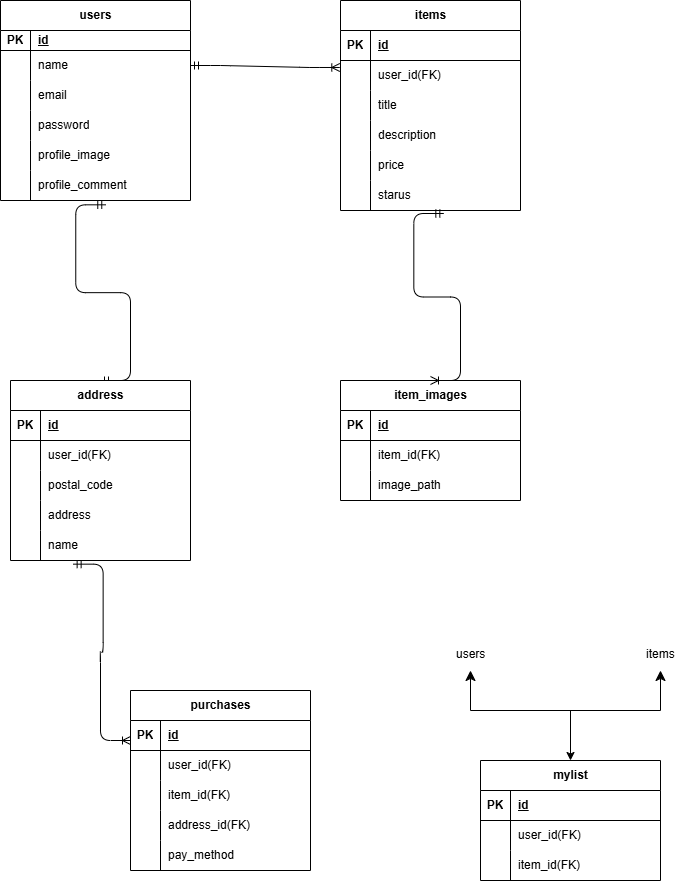
The draw.io diagram src/flea-market.drawio.png in yo003002/flea-market, before a commit. Source tidied: cells renumbered, new cells last; positions are measured from the earlier drawing's top-left corner, leaving out a move shared by most shapes.
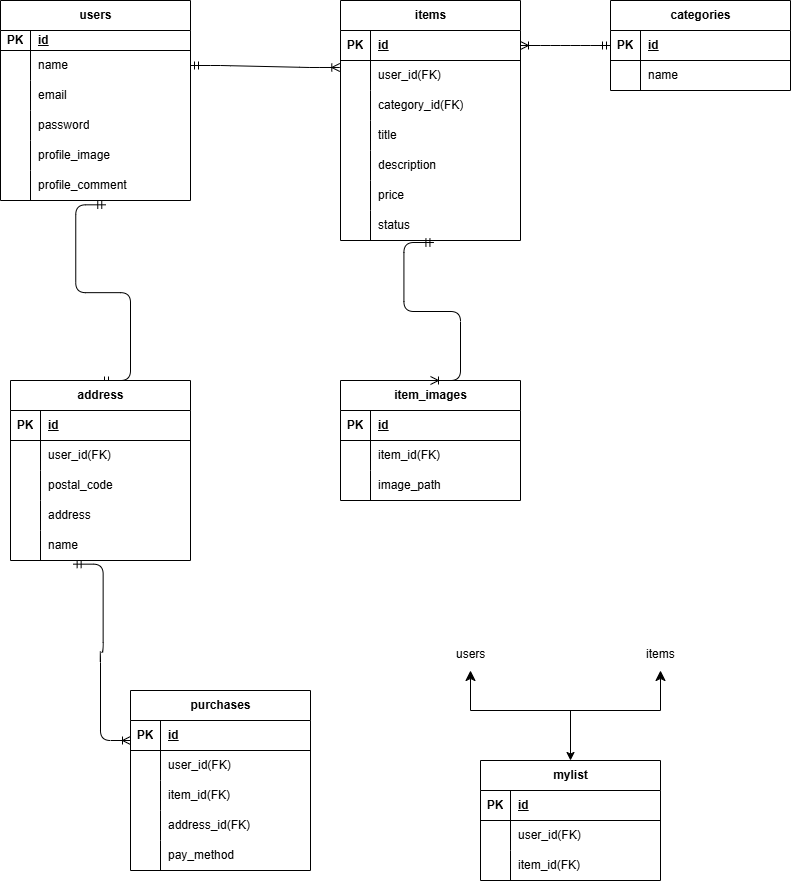
After the commit.

Change to the diagram source:
```diff
@@ -111,7 +111,7 @@
       <mxGeometry x="30" width="150" height="30" as="geometry" />
     </mxCell>
     <mxCell id="38" value="items" style="shape=table;startSize=30;rowLines=0;fontStyle=1;align=center;html=1;" parent="1" vertex="1">
-      <mxGeometry x="340" width="180" height="210" as="geometry" />
+      <mxGeometry x="340" width="180" height="240" as="geometry" />
     </mxCell>
     <mxCell id="39" style="shape=tableRow;horizontal=0;startSize=0;swimlaneHead=0;swimlaneBody=0;fillColor=none;points=[[0,0.5],[1,0.5]];portConstraint=eastwest;top=0;left=0;right=0;bottom=1;" parent="38" vertex="1">
       <mxGeometry y="30" width="180" height="30" as="geometry" />
@@ -137,7 +137,7 @@
     <mxCell id="46" style="shape=partialRectangle;fillColor=none;top=0;left=0;bottom=0;right=0;overflow=hidden;whiteSpace=wrap;html=1;" parent="45" vertex="1">
       <mxGeometry width="30" height="30" as="geometry" />
     </mxCell>
-    <mxCell id="47" value="title" style="shape=partialRectangle;fillColor=none;top=0;left=0;bottom=0;right=0;align=left;spacingLeft=6;overflow=hidden;whiteSpace=wrap;html=1;" parent="45" vertex="1">
+    <mxCell id="47" value="category_id(FK)" style="shape=partialRectangle;fillColor=none;top=0;left=0;bottom=0;right=0;align=left;spacingLeft=6;overflow=hidden;whiteSpace=wrap;html=1;" parent="45" vertex="1">
       <mxGeometry x="30" width="150" height="30" as="geometry" />
     </mxCell>
     <mxCell id="48" style="shape=tableRow;horizontal=0;startSize=0;swimlaneHead=0;swimlaneBody=0;fillColor=none;top=0;left=0;right=0;bottom=0;" parent="38" vertex="1">
@@ -146,7 +146,7 @@
     <mxCell id="49" style="shape=partialRectangle;fillColor=none;top=0;left=0;bottom=0;right=0;overflow=hidden;whiteSpace=wrap;html=1;" parent="48" vertex="1">
       <mxGeometry width="30" height="30" as="geometry" />
     </mxCell>
-    <mxCell id="50" value="description" style="shape=partialRectangle;fillColor=none;top=0;left=0;bottom=0;right=0;align=left;spacingLeft=6;overflow=hidden;whiteSpace=wrap;html=1;" parent="48" vertex="1">
+    <mxCell id="50" value="title" style="shape=partialRectangle;fillColor=none;top=0;left=0;bottom=0;right=0;align=left;spacingLeft=6;overflow=hidden;whiteSpace=wrap;html=1;" parent="48" vertex="1">
       <mxGeometry x="30" width="150" height="30" as="geometry" />
     </mxCell>
     <mxCell id="51" style="shape=tableRow;horizontal=0;startSize=0;swimlaneHead=0;swimlaneBody=0;fillColor=none;top=0;left=0;right=0;bottom=0;" parent="38" vertex="1">
@@ -155,7 +155,7 @@
     <mxCell id="52" style="shape=partialRectangle;fillColor=none;top=0;left=0;bottom=0;right=0;overflow=hidden;whiteSpace=wrap;html=1;" parent="51" vertex="1">
       <mxGeometry width="30" height="30" as="geometry" />
     </mxCell>
-    <mxCell id="53" value="price" style="shape=partialRectangle;fillColor=none;top=0;left=0;bottom=0;right=0;align=left;spacingLeft=6;overflow=hidden;whiteSpace=wrap;html=1;" parent="51" vertex="1">
+    <mxCell id="53" value="description" style="shape=partialRectangle;fillColor=none;top=0;left=0;bottom=0;right=0;align=left;spacingLeft=6;overflow=hidden;whiteSpace=wrap;html=1;" parent="51" vertex="1">
       <mxGeometry x="30" width="150" height="30" as="geometry" />
     </mxCell>
     <mxCell id="54" style="shape=tableRow;horizontal=0;startSize=0;swimlaneHead=0;swimlaneBody=0;fillColor=none;points=[[0,0.5],[1,0.5]];portConstraint=eastwest;top=0;left=0;right=0;bottom=0;" parent="38" vertex="1">
@@ -164,9 +164,18 @@
     <mxCell id="55" style="shape=partialRectangle;fillColor=none;top=0;left=0;bottom=0;right=0;overflow=hidden;whiteSpace=wrap;html=1;" parent="54" vertex="1">
       <mxGeometry width="30" height="30" as="geometry" />
     </mxCell>
-    <mxCell id="56" value="starus" style="shape=partialRectangle;fillColor=none;top=0;left=0;bottom=0;right=0;align=left;spacingLeft=6;overflow=hidden;whiteSpace=wrap;html=1;" parent="54" vertex="1">
+    <mxCell id="56" value="price" style="shape=partialRectangle;fillColor=none;top=0;left=0;bottom=0;right=0;align=left;spacingLeft=6;overflow=hidden;whiteSpace=wrap;html=1;" parent="54" vertex="1">
       <mxGeometry x="30" width="150" height="30" as="geometry" />
     </mxCell>
+    <mxCell id="101" style="shape=tableRow;horizontal=0;startSize=0;swimlaneHead=0;swimlaneBody=0;fillColor=none;points=[[0,0.5],[1,0.5]];portConstraint=eastwest;top=0;left=0;right=0;bottom=0;" parent="38" vertex="1">
+      <mxGeometry y="210" width="180" height="30" as="geometry" />
+    </mxCell>
+    <mxCell id="102" style="shape=partialRectangle;fillColor=none;top=0;left=0;bottom=0;right=0;overflow=hidden;whiteSpace=wrap;html=1;" parent="101" vertex="1">
+      <mxGeometry width="30" height="30" as="geometry" />
+    </mxCell>
+    <mxCell id="103" value="status" style="shape=partialRectangle;fillColor=none;top=0;left=0;bottom=0;right=0;align=left;spacingLeft=6;overflow=hidden;whiteSpace=wrap;html=1;" parent="101" vertex="1">
+      <mxGeometry x="30" width="150" height="30" as="geometry" />
+    </mxCell>
     <mxCell id="57" style="edgeStyle=entityRelationEdgeStyle;fontSize=12;html=1;endArrow=ERoneToMany;startArrow=ERmandOne;exitX=1;exitY=0.5;exitDx=0;exitDy=0;entryX=-0.004;entryY=0.233;entryDx=0;entryDy=0;entryPerimeter=0;" parent="1" edge="1" source="6" target="42">
       <mxGeometry relative="1" as="geometry" />
     </mxCell>
@@ -200,7 +209,7 @@
     <mxCell id="67" value="image_path" style="shape=partialRectangle;fillColor=none;top=0;left=0;bottom=0;right=0;align=left;spacingLeft=6;overflow=hidden;whiteSpace=wrap;html=1;" parent="65" vertex="1">
       <mxGeometry x="30" width="150" height="30" as="geometry" />
     </mxCell>
-    <mxCell id="68" style="edgeStyle=entityRelationEdgeStyle;fontSize=12;html=1;endArrow=ERoneToMany;startArrow=ERmandOne;exitX=0.574;exitY=1.1;exitDx=0;exitDy=0;exitPerimeter=0;entryX=0.5;entryY=0;entryDx=0;entryDy=0;" parent="1" edge="1" source="54" target="58">
+    <mxCell id="68" style="edgeStyle=entityRelationEdgeStyle;fontSize=12;html=1;endArrow=ERoneToMany;startArrow=ERmandOne;entryX=0.5;entryY=0;entryDx=0;entryDy=0;exitX=0.519;exitY=1.067;exitDx=0;exitDy=0;exitPerimeter=0;" parent="1" edge="1" source="101" target="58">
       <mxGeometry relative="1" as="geometry">
         <Array as="points">
           <mxPoint x="310" y="400" />
@@ -316,5 +325,29 @@
     <mxCell id="100" value="item_id(FK)" style="shape=partialRectangle;fillColor=none;top=0;left=0;bottom=0;right=0;align=left;spacingLeft=6;overflow=hidden;whiteSpace=wrap;html=1;" parent="98" vertex="1">
       <mxGeometry x="30" width="150" height="30" as="geometry" />
     </mxCell>
+    <mxCell id="104" value="categories" style="shape=table;startSize=30;rowLines=0;fontStyle=1;align=center;html=1;" parent="1" vertex="1">
+      <mxGeometry x="610" width="180" height="90" as="geometry" />
+    </mxCell>
+    <mxCell id="105" style="shape=tableRow;horizontal=0;startSize=0;swimlaneHead=0;swimlaneBody=0;fillColor=none;points=[[0,0.5],[1,0.5]];portConstraint=eastwest;top=0;left=0;right=0;bottom=1;" parent="104" vertex="1">
+      <mxGeometry y="30" width="180" height="30" as="geometry" />
+    </mxCell>
+    <mxCell id="106" value="PK" style="shape=partialRectangle;fillColor=none;top=0;left=0;bottom=0;right=0;fontStyle=1;overflow=hidden;whiteSpace=wrap;html=1;" parent="105" vertex="1">
+      <mxGeometry width="30" height="30" as="geometry" />
+    </mxCell>
+    <mxCell id="107" value="id" style="shape=partialRectangle;fillColor=none;top=0;left=0;bottom=0;right=0;align=left;spacingLeft=6;fontStyle=5;overflow=hidden;whiteSpace=wrap;html=1;" parent="105" vertex="1">
+      <mxGeometry x="30" width="150" height="30" as="geometry" />
+    </mxCell>
+    <mxCell id="108" style="shape=tableRow;horizontal=0;startSize=0;swimlaneHead=0;swimlaneBody=0;fillColor=none;top=0;left=0;right=0;bottom=0;" parent="104" vertex="1">
+      <mxGeometry y="60" width="180" height="30" as="geometry" />
+    </mxCell>
+    <mxCell id="109" style="shape=partialRectangle;fillColor=none;top=0;left=0;bottom=0;right=0;overflow=hidden;whiteSpace=wrap;html=1;" parent="108" vertex="1">
+      <mxGeometry width="30" height="30" as="geometry" />
+    </mxCell>
+    <mxCell id="110" value="name" style="shape=partialRectangle;fillColor=none;top=0;left=0;bottom=0;right=0;align=left;spacingLeft=6;overflow=hidden;whiteSpace=wrap;html=1;" parent="108" vertex="1">
+      <mxGeometry x="30" width="150" height="30" as="geometry" />
+    </mxCell>
+    <mxCell id="111" style="edgeStyle=entityRelationEdgeStyle;fontSize=12;html=1;endArrow=ERoneToMany;startArrow=ERmandOne;exitX=0;exitY=0.5;exitDx=0;exitDy=0;entryX=1;entryY=0.5;entryDx=0;entryDy=0;" parent="1" edge="1" source="105" target="39">
+      <mxGeometry relative="1" as="geometry" />
+    </mxCell>
   </root>
 </mxGraphModel>
```
